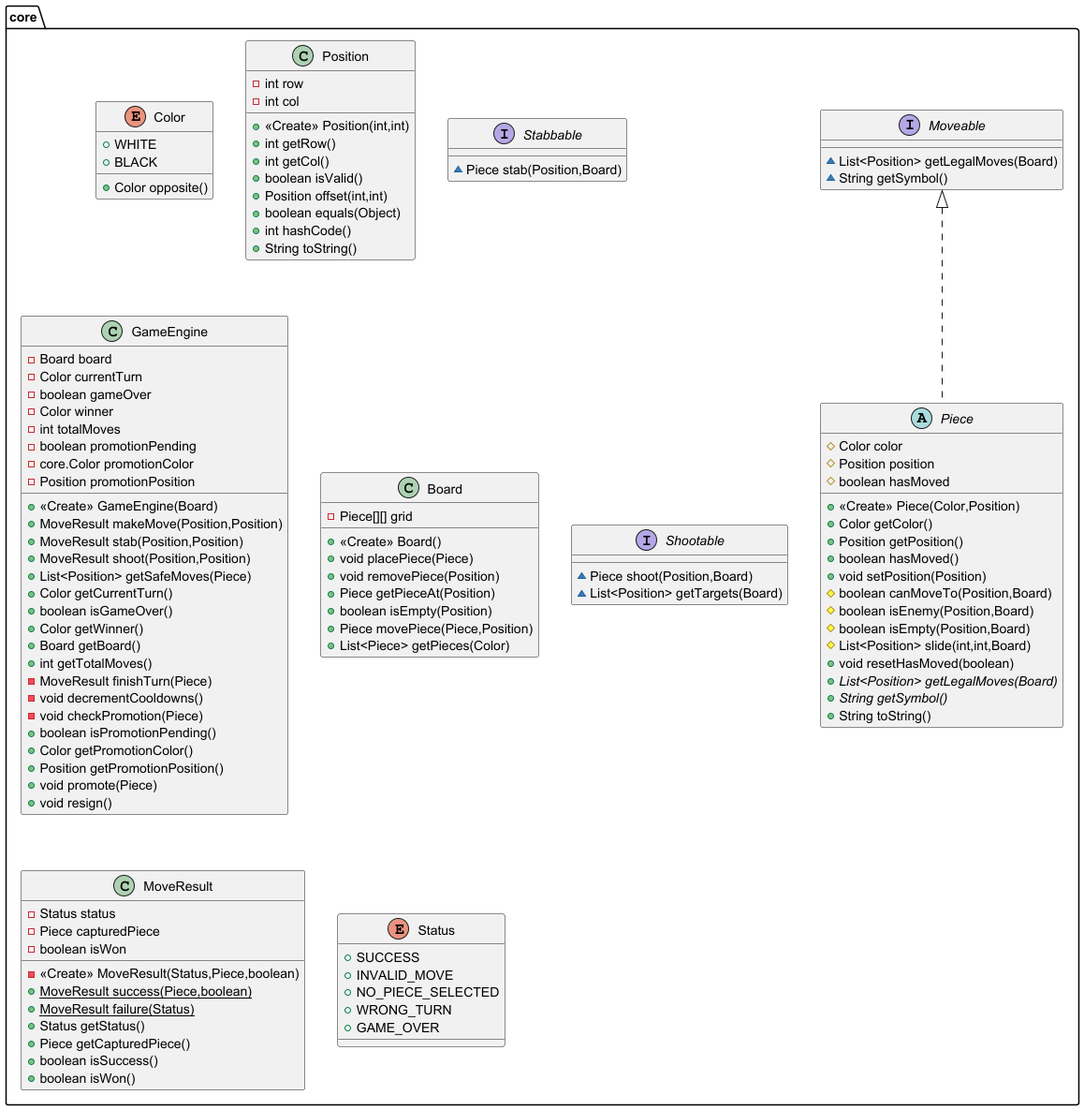
This is src/main/resources/core_diagram.png from muanxng/Kuroshiro, a PlantUML export, as it was before one commit.
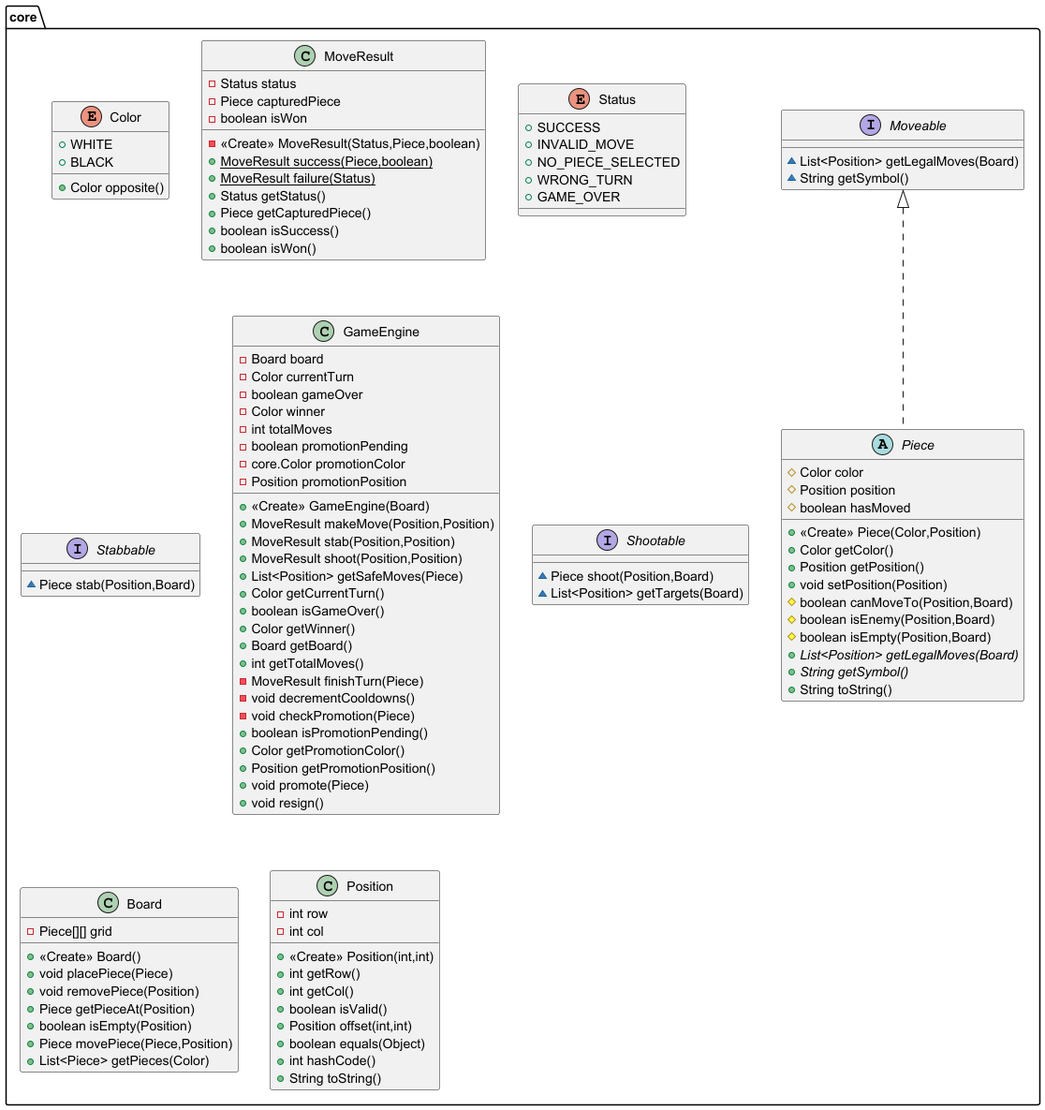
The same diagram one commit later.

What changed in the source:
```diff
@@ -6,43 +6,36 @@
 }
 
 
-class core.Position {
-- int row
-- int col
-+ <<Create>> Position(int,int)
-+ int getRow()
-+ int getCol()
-+ boolean isValid()
-+ Position offset(int,int)
-+ boolean equals(Object)
-+ int hashCode()
-+ String toString()
+interface core.Moveable {
+~ List<Position> getLegalMoves(Board)
+~ String getSymbol()
 }
 
+class core.MoveResult {
+- Status status
+- Piece capturedPiece
+- boolean isWon
+- <<Create>> MoveResult(Status,Piece,boolean)
++ {static} MoveResult success(Piece,boolean)
++ {static} MoveResult failure(Status)
++ Status getStatus()
++ Piece getCapturedPiece()
++ boolean isSuccess()
++ boolean isWon()
+}
+
+
+enum core.Status {
++  SUCCESS
++  INVALID_MOVE
++  NO_PIECE_SELECTED
++  WRONG_TURN
++  GAME_OVER
+}
 
 interface core.Stabbable {
 ~ Piece stab(Position,Board)
 }
-
-abstract class core.Piece {
-# Color color
-# Position position
-# boolean hasMoved
-+ <<Create>> Piece(Color,Position)
-+ Color getColor()
-+ Position getPosition()
-+ boolean hasMoved()
-+ void setPosition(Position)
-# boolean canMoveTo(Position,Board)
-# boolean isEnemy(Position,Board)
-# boolean isEmpty(Position,Board)
-# List<Position> slide(int,int,Board)
-+ void resetHasMoved(boolean)
-+ {abstract}List<Position> getLegalMoves(Board)
-+ {abstract}String getSymbol()
-+ String toString()
-}
-
 
 class core.GameEngine {
 - Board board
@@ -74,9 +67,26 @@
 }
 
 
-interface core.Moveable {
-~ List<Position> getLegalMoves(Board)
-~ String getSymbol()
+abstract class core.Piece {
+# Color color
+# Position position
+# boolean hasMoved
++ <<Create>> Piece(Color,Position)
++ Color getColor()
++ Position getPosition()
++ void setPosition(Position)
+# boolean canMoveTo(Position,Board)
+# boolean isEnemy(Position,Board)
+# boolean isEmpty(Position,Board)
++ {abstract}List<Position> getLegalMoves(Board)
++ {abstract}String getSymbol()
++ String toString()
+}
+
+
+interface core.Shootable {
+~ Piece shoot(Position,Board)
+~ List<Position> getTargets(Board)
 }
 
 class core.Board {
@@ -91,32 +101,19 @@
 }
 
 
-interface core.Shootable {
-~ Piece shoot(Position,Board)
-~ List<Position> getTargets(Board)
+class core.Position {
+- int row
+- int col
++ <<Create>> Position(int,int)
++ int getRow()
++ int getCol()
++ boolean isValid()
++ Position offset(int,int)
++ boolean equals(Object)
++ int hashCode()
++ String toString()
 }
 
-class core.MoveResult {
-- Status status
-- Piece capturedPiece
-- boolean isWon
-- <<Create>> MoveResult(Status,Piece,boolean)
-+ {static} MoveResult success(Piece,boolean)
-+ {static} MoveResult failure(Status)
-+ Status getStatus()
-+ Piece getCapturedPiece()
-+ boolean isSuccess()
-+ boolean isWon()
-}
-
-
-enum core.Status {
-+  SUCCESS
-+  INVALID_MOVE
-+  NO_PIECE_SELECTED
-+  WRONG_TURN
-+  GAME_OVER
-}
 
 
 
```
